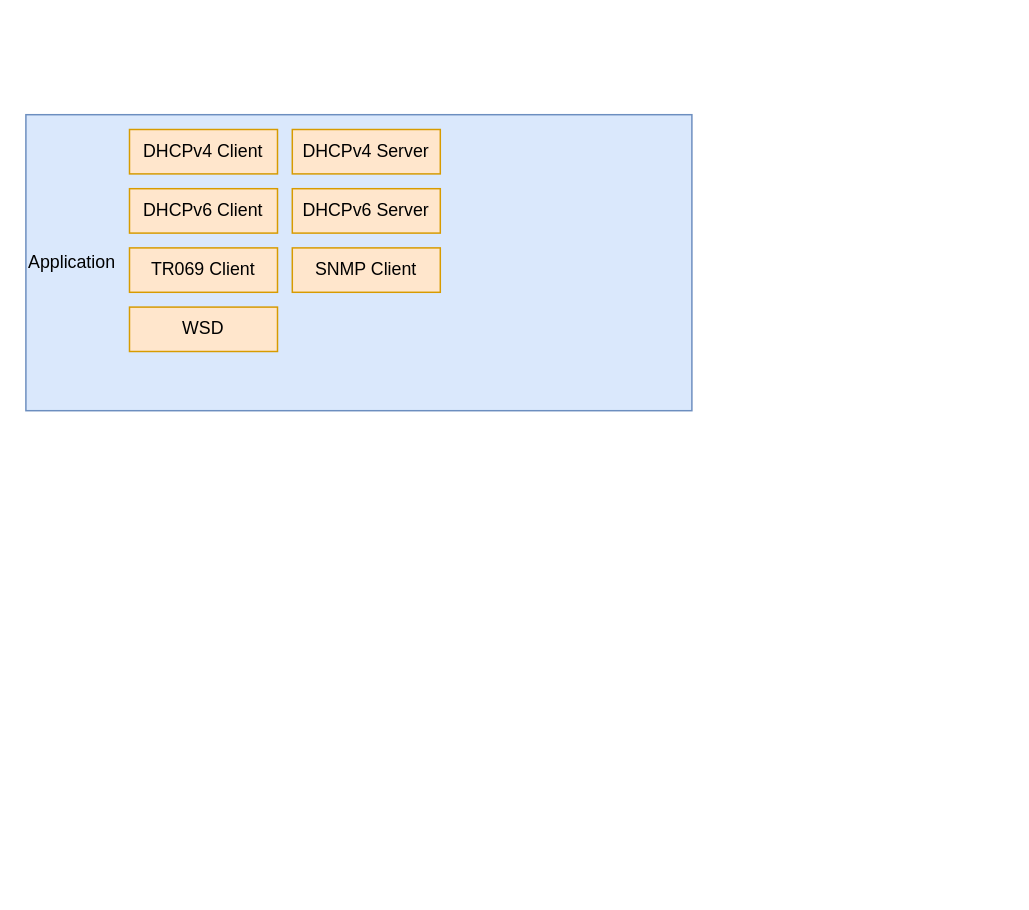
This is page "Architecture" (3 of 4) of Puma7.drawio from nelsonchung/drawio, a draw.io file, before an edit. Source tidied: cells renumbered, new cells numbered last; positions are measured from the earlier drawing's top-left corner, leaving out a move shared by most shapes. Both pictures are drawn from the tidied source at 148%, with x=0, y=0 at pixel (25, 114).
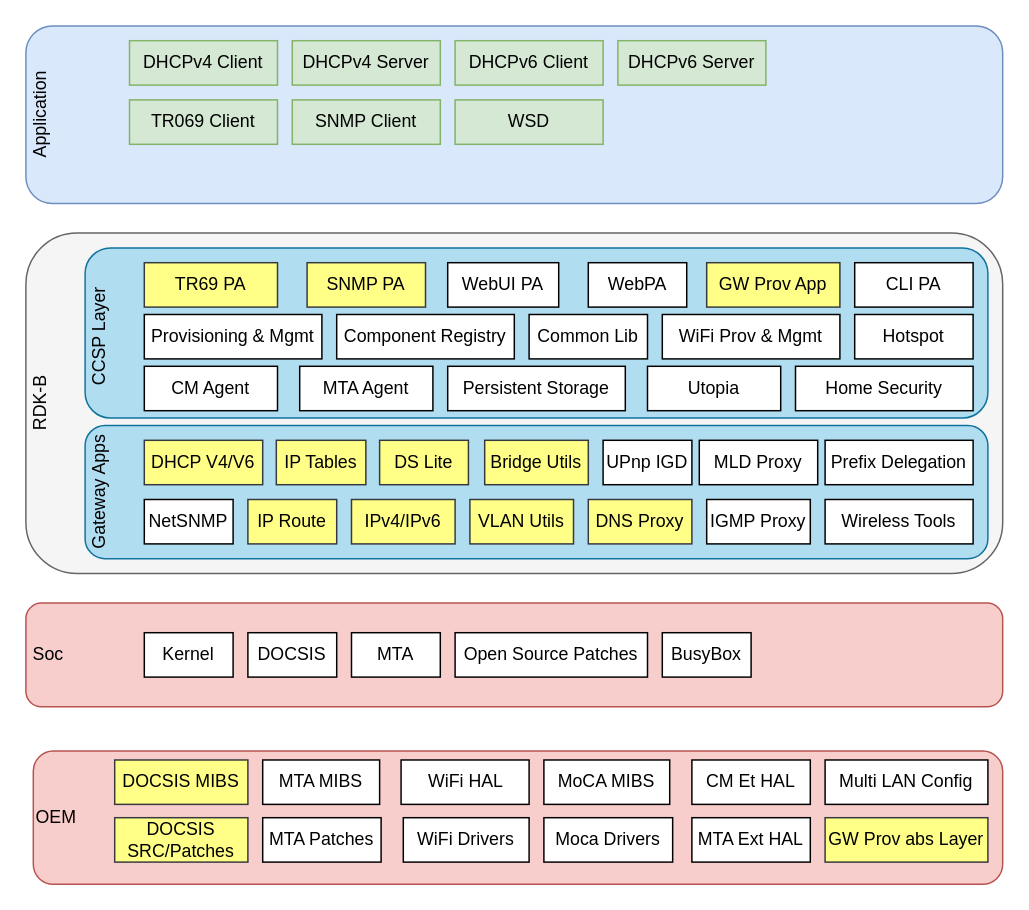
The same diagram, later.

The edit, as a diff of the source:
```diff
@@
+    <mxCell id="10" style="rounded=1;whiteSpace=wrap;html=1;fillColor=#f5f5f5;strokeColor=#666666;align=left;fontColor=#333333;direction=west;rotation=0;" parent="1" vertex="1">
+      <mxGeometry y="80" width="660" height="230" as="geometry" />
+    </mxCell>
+    <mxCell id="11" style="rounded=1;whiteSpace=wrap;html=1;fillColor=#b1ddf0;strokeColor=#10739e;align=left;direction=west;rotation=0;" parent="1" vertex="1">
+      <mxGeometry x="40" y="210" width="610" height="90" as="geometry" />
+    </mxCell>
+    <mxCell id="12" style="rounded=1;whiteSpace=wrap;html=1;fillColor=#b1ddf0;strokeColor=#10739e;align=left;direction=west;rotation=0;" parent="1" vertex="1">
+      <mxGeometry x="40" y="90" width="610" height="115" as="geometry" />
+    </mxCell>
-    <mxCell id="2" value="Application" style="rounded=0;whiteSpace=wrap;html=1;fillColor=#dae8fc;strokeColor=#6c8ebf;align=left;" parent="1" vertex="1">
-      <mxGeometry width="450" height="200" as="geometry" />
+    <mxCell id="2" style="rounded=1;whiteSpace=wrap;html=1;fillColor=#dae8fc;strokeColor=#6c8ebf;align=left;" parent="1" vertex="1">
+      <mxGeometry y="-60" width="660" height="120" as="geometry" />
     </mxCell>
-    <mxCell id="3" value="DHCPv4 Client" style="rounded=0;whiteSpace=wrap;html=1;fillColor=#ffe6cc;strokeColor=#d79b00;" parent="1" vertex="1">
-      <mxGeometry x="70" y="10" width="100" height="30" as="geometry" />
+    <mxCell id="3" value="DHCPv4 Client" style="rounded=0;whiteSpace=wrap;html=1;fillColor=#d5e8d4;strokeColor=#82b366;" parent="1" vertex="1">
+      <mxGeometry x="70" y="-50" width="100" height="30" as="geometry" />
     </mxCell>
-    <mxCell id="4" value="DHCPv6 Client" style="rounded=0;whiteSpace=wrap;html=1;fillColor=#ffe6cc;strokeColor=#d79b00;" parent="1" vertex="1">
-      <mxGeometry x="70" y="50" width="100" height="30" as="geometry" />
+    <mxCell id="4" value="DHCPv6 Client" style="rounded=0;whiteSpace=wrap;html=1;fillColor=#d5e8d4;strokeColor=#82b366;" parent="1" vertex="1">
+      <mxGeometry x="290" y="-50" width="100" height="30" as="geometry" />
     </mxCell>
-    <mxCell id="5" value="TR069 Client" style="rounded=0;whiteSpace=wrap;html=1;fillColor=#ffe6cc;strokeColor=#d79b00;" parent="1" vertex="1">
-      <mxGeometry x="70" y="90" width="100" height="30" as="geometry" />
+    <mxCell id="5" value="TR069 Client" style="rounded=0;whiteSpace=wrap;html=1;fillColor=#d5e8d4;strokeColor=#82b366;" parent="1" vertex="1">
+      <mxGeometry x="70" y="-10" width="100" height="30" as="geometry" />
     </mxCell>
-    <mxCell id="6" value="DHCPv4 Server" style="rounded=0;whiteSpace=wrap;html=1;fillColor=#ffe6cc;strokeColor=#d79b00;" parent="1" vertex="1">
-      <mxGeometry x="180" y="10" width="100" height="30" as="geometry" />
+    <mxCell id="6" value="DHCPv4 Server" style="rounded=0;whiteSpace=wrap;html=1;fillColor=#d5e8d4;strokeColor=#82b366;" parent="1" vertex="1">
+      <mxGeometry x="180" y="-50" width="100" height="30" as="geometry" />
     </mxCell>
-    <mxCell id="7" value="DHCPv6 Server" style="rounded=0;whiteSpace=wrap;html=1;fillColor=#ffe6cc;strokeColor=#d79b00;" parent="1" vertex="1">
-      <mxGeometry x="180" y="50" width="100" height="30" as="geometry" />
+    <mxCell id="7" value="DHCPv6 Server" style="rounded=0;whiteSpace=wrap;html=1;fillColor=#d5e8d4;strokeColor=#82b366;" parent="1" vertex="1">
+      <mxGeometry x="400" y="-50" width="100" height="30" as="geometry" />
     </mxCell>
-    <mxCell id="8" value="SNMP Client" style="rounded=0;whiteSpace=wrap;html=1;fillColor=#ffe6cc;strokeColor=#d79b00;" parent="1" vertex="1">
-      <mxGeometry x="180" y="90" width="100" height="30" as="geometry" />
+    <mxCell id="8" value="SNMP Client" style="rounded=0;whiteSpace=wrap;html=1;fillColor=#d5e8d4;strokeColor=#82b366;" parent="1" vertex="1">
+      <mxGeometry x="180" y="-10" width="100" height="30" as="geometry" />
     </mxCell>
-    <mxCell id="9" value="WSD" style="rounded=0;whiteSpace=wrap;html=1;fillColor=#ffe6cc;strokeColor=#d79b00;" parent="1" vertex="1">
-      <mxGeometry x="70" y="130" width="100" height="30" as="geometry" />
+    <mxCell id="9" value="WSD" style="rounded=0;whiteSpace=wrap;html=1;fillColor=#d5e8d4;strokeColor=#82b366;" parent="1" vertex="1">
+      <mxGeometry x="290" y="-10" width="100" height="30" as="geometry" />
     </mxCell>
+    <mxCell id="13" value="RDK-B" style="text;html=1;strokeColor=none;fillColor=none;align=center;verticalAlign=middle;whiteSpace=wrap;rounded=0;rotation=-90;" parent="1" vertex="1">
+      <mxGeometry x="-20" y="185" width="60" height="20" as="geometry" />
+    </mxCell>
+    <mxCell id="14" value="Application" style="text;html=1;strokeColor=none;fillColor=none;align=center;verticalAlign=middle;whiteSpace=wrap;rounded=0;rotation=-90;" parent="1" vertex="1">
+      <mxGeometry x="-20" y="-10" width="60" height="20" as="geometry" />
+    </mxCell>
+    <mxCell id="15" style="rounded=1;whiteSpace=wrap;html=1;fillColor=#f8cecc;strokeColor=#b85450;align=left;direction=west;rotation=0;" parent="1" vertex="1">
+      <mxGeometry y="330" width="660" height="70" as="geometry" />
+    </mxCell>
+    <mxCell id="16" value="Soc" style="text;html=1;strokeColor=none;fillColor=none;align=left;verticalAlign=middle;whiteSpace=wrap;rounded=0;rotation=0;" parent="1" vertex="1">
+      <mxGeometry x="2.5" y="355" width="40" height="20" as="geometry" />
+    </mxCell>
+    <mxCell id="17" style="rounded=1;whiteSpace=wrap;html=1;fillColor=#f8cecc;strokeColor=#b85450;align=left;direction=west;rotation=0;" parent="1" vertex="1">
+      <mxGeometry x="5" y="430" width="655" height="90" as="geometry" />
+    </mxCell>
+    <mxCell id="18" value="OEM" style="text;html=1;strokeColor=none;fillColor=none;align=left;verticalAlign=middle;whiteSpace=wrap;rounded=0;rotation=0;" parent="1" vertex="1">
+      <mxGeometry x="5" y="465" width="35" height="20" as="geometry" />
+    </mxCell>
+    <mxCell id="19" value="Kernel" style="rounded=0;whiteSpace=wrap;html=1;" parent="1" vertex="1">
+      <mxGeometry x="80" y="350" width="60" height="30" as="geometry" />
+    </mxCell>
+    <mxCell id="20" value="DOCSIS" style="rounded=0;whiteSpace=wrap;html=1;" parent="1" vertex="1">
+      <mxGeometry x="150" y="350" width="60" height="30" as="geometry" />
+    </mxCell>
+    <mxCell id="21" value="MTA" style="rounded=0;whiteSpace=wrap;html=1;" parent="1" vertex="1">
+      <mxGeometry x="220" y="350" width="60" height="30" as="geometry" />
+    </mxCell>
+    <mxCell id="22" value="Open Source Patches" style="rounded=0;whiteSpace=wrap;html=1;" parent="1" vertex="1">
+      <mxGeometry x="290" y="350" width="130" height="30" as="geometry" />
+    </mxCell>
+    <mxCell id="23" value="BusyBox" style="rounded=0;whiteSpace=wrap;html=1;" parent="1" vertex="1">
+      <mxGeometry x="430" y="350" width="60" height="30" as="geometry" />
+    </mxCell>
+    <mxCell id="24" value="DOCSIS MIBS" style="rounded=0;whiteSpace=wrap;html=1;fillColor=#ffff88;strokeColor=#36393d;" parent="1" vertex="1">
+      <mxGeometry x="60" y="436" width="90" height="30" as="geometry" />
+    </mxCell>
+    <mxCell id="25" value="MTA MIBS" style="rounded=0;whiteSpace=wrap;html=1;" parent="1" vertex="1">
+      <mxGeometry x="160" y="436" width="79" height="30" as="geometry" />
+    </mxCell>
+    <mxCell id="26" value="WiFi HAL" style="rounded=0;whiteSpace=wrap;html=1;" parent="1" vertex="1">
+      <mxGeometry x="253.5" y="436" width="86.5" height="30" as="geometry" />
+    </mxCell>
+    <mxCell id="27" value="MoCA MIBS" style="rounded=0;whiteSpace=wrap;html=1;" parent="1" vertex="1">
+      <mxGeometry x="350" y="436" width="85" height="30" as="geometry" />
+    </mxCell>
+    <mxCell id="28" value="CM Et HAL" style="rounded=0;whiteSpace=wrap;html=1;" parent="1" vertex="1">
+      <mxGeometry x="450" y="436" width="80" height="30" as="geometry" />
+    </mxCell>
+    <mxCell id="29" value="Multi LAN Config" style="rounded=0;whiteSpace=wrap;html=1;" parent="1" vertex="1">
+      <mxGeometry x="540" y="436" width="110" height="30" as="geometry" />
+    </mxCell>
+    <mxCell id="30" value="DOCSIS SRC/Patches" style="rounded=0;whiteSpace=wrap;html=1;fillColor=#ffff88;strokeColor=#36393d;" parent="1" vertex="1">
+      <mxGeometry x="60" y="475" width="90" height="30" as="geometry" />
+    </mxCell>
+    <mxCell id="31" value="MTA Patches" style="rounded=0;whiteSpace=wrap;html=1;" parent="1" vertex="1">
+      <mxGeometry x="160" y="475" width="80" height="30" as="geometry" />
+    </mxCell>
+    <mxCell id="32" value="WiFi Drivers" style="rounded=0;whiteSpace=wrap;html=1;" parent="1" vertex="1">
+      <mxGeometry x="255" y="475" width="85" height="30" as="geometry" />
+    </mxCell>
+    <mxCell id="33" value="Moca Drivers" style="rounded=0;whiteSpace=wrap;html=1;" parent="1" vertex="1">
+      <mxGeometry x="350" y="475" width="87" height="30" as="geometry" />
+    </mxCell>
+    <mxCell id="34" value="MTA Ext HAL" style="rounded=0;whiteSpace=wrap;html=1;" parent="1" vertex="1">
+      <mxGeometry x="450" y="475" width="80" height="30" as="geometry" />
+    </mxCell>
+    <mxCell id="35" value="GW Prov abs Layer" style="rounded=0;whiteSpace=wrap;html=1;fillColor=#ffff88;strokeColor=#36393d;" parent="1" vertex="1">
+      <mxGeometry x="540" y="475" width="110" height="30" as="geometry" />
+    </mxCell>
+    <mxCell id="36" value="TR69 PA" style="rounded=0;whiteSpace=wrap;html=1;fillColor=#ffff88;strokeColor=#36393d;" parent="1" vertex="1">
+      <mxGeometry x="80" y="100" width="90" height="30" as="geometry" />
+    </mxCell>
+    <mxCell id="37" value="SNMP PA" style="rounded=0;whiteSpace=wrap;html=1;fillColor=#ffff88;strokeColor=#36393d;" parent="1" vertex="1">
+      <mxGeometry x="190" y="100" width="80" height="30" as="geometry" />
+    </mxCell>
+    <mxCell id="38" value="DS Lite" style="rounded=0;whiteSpace=wrap;html=1;fillColor=#ffff88;strokeColor=#36393d;" parent="1" vertex="1">
+      <mxGeometry x="239" y="220" width="60" height="30" as="geometry" />
+    </mxCell>
+    <mxCell id="39" value="Bridge Utils" style="rounded=0;whiteSpace=wrap;html=1;fillColor=#ffff88;strokeColor=#36393d;" parent="1" vertex="1">
+      <mxGeometry x="310" y="220" width="70" height="30" as="geometry" />
+    </mxCell>
+    <mxCell id="40" value="UPnp IGD" style="rounded=0;whiteSpace=wrap;html=1;" parent="1" vertex="1">
+      <mxGeometry x="390" y="220" width="60" height="30" as="geometry" />
+    </mxCell>
+    <mxCell id="41" value="MLD Proxy" style="rounded=0;whiteSpace=wrap;html=1;" parent="1" vertex="1">
+      <mxGeometry x="455" y="220" width="80" height="30" as="geometry" />
+    </mxCell>
+    <mxCell id="42" value="Prefix Delegation" style="rounded=0;whiteSpace=wrap;html=1;" parent="1" vertex="1">
+      <mxGeometry x="540" y="220" width="100" height="30" as="geometry" />
+    </mxCell>
+    <mxCell id="43" value="NetSNMP" style="rounded=0;whiteSpace=wrap;html=1;" parent="1" vertex="1">
+      <mxGeometry x="80" y="260" width="60" height="30" as="geometry" />
+    </mxCell>
+    <mxCell id="44" value="IP Route" style="rounded=0;whiteSpace=wrap;html=1;fillColor=#ffff88;strokeColor=#36393d;" parent="1" vertex="1">
+      <mxGeometry x="150" y="260" width="60" height="30" as="geometry" />
+    </mxCell>
+    <mxCell id="45" value="IPv4/IPv6" style="rounded=0;whiteSpace=wrap;html=1;fillColor=#ffff88;strokeColor=#36393d;" parent="1" vertex="1">
+      <mxGeometry x="220" y="260" width="70" height="30" as="geometry" />
+    </mxCell>
+    <mxCell id="46" value="VLAN Utils" style="rounded=0;whiteSpace=wrap;html=1;fillColor=#ffff88;strokeColor=#36393d;" parent="1" vertex="1">
+      <mxGeometry x="300" y="260" width="70" height="30" as="geometry" />
+    </mxCell>
+    <mxCell id="47" value="DNS Proxy" style="rounded=0;whiteSpace=wrap;html=1;fillColor=#ffff88;strokeColor=#36393d;" parent="1" vertex="1">
+      <mxGeometry x="380" y="260" width="70" height="30" as="geometry" />
+    </mxCell>
+    <mxCell id="48" value="IGMP Proxy" style="rounded=0;whiteSpace=wrap;html=1;" parent="1" vertex="1">
+      <mxGeometry x="460" y="260" width="70" height="30" as="geometry" />
+    </mxCell>
+    <mxCell id="49" value="Wireless Tools" style="rounded=0;whiteSpace=wrap;html=1;" parent="1" vertex="1">
+      <mxGeometry x="540" y="260" width="100" height="30" as="geometry" />
+    </mxCell>
+    <mxCell id="50" value="WebUI PA" style="rounded=0;whiteSpace=wrap;html=1;" parent="1" vertex="1">
+      <mxGeometry x="285" y="100" width="75" height="30" as="geometry" />
+    </mxCell>
+    <mxCell id="51" value="WebPA" style="rounded=0;whiteSpace=wrap;html=1;" parent="1" vertex="1">
+      <mxGeometry x="380" y="100" width="66.5" height="30" as="geometry" />
+    </mxCell>
+    <mxCell id="52" value="GW Prov App" style="rounded=0;whiteSpace=wrap;html=1;fillColor=#ffff88;strokeColor=#36393d;" parent="1" vertex="1">
+      <mxGeometry x="460" y="100" width="90" height="30" as="geometry" />
+    </mxCell>
+    <mxCell id="53" value="CLI PA" style="rounded=0;whiteSpace=wrap;html=1;" parent="1" vertex="1">
+      <mxGeometry x="560" y="100" width="80" height="30" as="geometry" />
+    </mxCell>
+    <mxCell id="54" value="Provisioning &amp;amp; Mgmt" style="rounded=0;whiteSpace=wrap;html=1;" parent="1" vertex="1">
+      <mxGeometry x="80" y="135" width="120" height="30" as="geometry" />
+    </mxCell>
+    <mxCell id="55" value="Component Registry" style="rounded=0;whiteSpace=wrap;html=1;" parent="1" vertex="1">
+      <mxGeometry x="210" y="135" width="120" height="30" as="geometry" />
+    </mxCell>
+    <mxCell id="56" value="Common Lib" style="rounded=0;whiteSpace=wrap;html=1;" parent="1" vertex="1">
+      <mxGeometry x="340" y="135" width="80" height="30" as="geometry" />
+    </mxCell>
+    <mxCell id="57" value="WiFi Prov &amp;amp; Mgmt" style="rounded=0;whiteSpace=wrap;html=1;" parent="1" vertex="1">
+      <mxGeometry x="430" y="135" width="120" height="30" as="geometry" />
+    </mxCell>
+    <mxCell id="58" value="Hotspot" style="rounded=0;whiteSpace=wrap;html=1;" parent="1" vertex="1">
+      <mxGeometry x="560" y="135" width="80" height="30" as="geometry" />
+    </mxCell>
+    <mxCell id="59" value="CM Agent" style="rounded=0;whiteSpace=wrap;html=1;" parent="1" vertex="1">
+      <mxGeometry x="80" y="170" width="90" height="30" as="geometry" />
+    </mxCell>
+    <mxCell id="60" value="MTA Agent" style="rounded=0;whiteSpace=wrap;html=1;" parent="1" vertex="1">
+      <mxGeometry x="185" y="170" width="90" height="30" as="geometry" />
+    </mxCell>
+    <mxCell id="61" value="Persistent Storage" style="rounded=0;whiteSpace=wrap;html=1;" parent="1" vertex="1">
+      <mxGeometry x="285" y="170" width="120" height="30" as="geometry" />
+    </mxCell>
+    <mxCell id="62" value="Utopia" style="rounded=0;whiteSpace=wrap;html=1;" parent="1" vertex="1">
+      <mxGeometry x="420" y="170" width="90" height="30" as="geometry" />
+    </mxCell>
+    <mxCell id="63" value="Home Security" style="rounded=0;whiteSpace=wrap;html=1;" parent="1" vertex="1">
+      <mxGeometry x="520" y="170" width="120" height="30" as="geometry" />
+    </mxCell>
+    <mxCell id="64" value="DHCP V4/V6" style="rounded=0;whiteSpace=wrap;html=1;fillColor=#ffff88;strokeColor=#36393d;" parent="1" vertex="1">
+      <mxGeometry x="80" y="220" width="80" height="30" as="geometry" />
+    </mxCell>
+    <mxCell id="65" value="IP Tables" style="rounded=0;whiteSpace=wrap;html=1;fillColor=#ffff88;strokeColor=#36393d;" parent="1" vertex="1">
+      <mxGeometry x="169.2" y="220" width="60.5" height="30" as="geometry" />
+    </mxCell>
+    <mxCell id="66" value="CCSP Layer" style="text;html=1;strokeColor=none;fillColor=none;align=center;verticalAlign=middle;whiteSpace=wrap;rounded=0;rotation=-90;" parent="1" vertex="1">
+      <mxGeometry x="10" y="140" width="80" height="20" as="geometry" />
+    </mxCell>
+    <mxCell id="67" value="Gateway Apps" style="text;html=1;strokeColor=none;fillColor=none;align=center;verticalAlign=middle;whiteSpace=wrap;rounded=0;rotation=-90;" parent="1" vertex="1">
+      <mxGeometry x="5" y="245" width="90" height="20" as="geometry" />
+    </mxCell>
```
